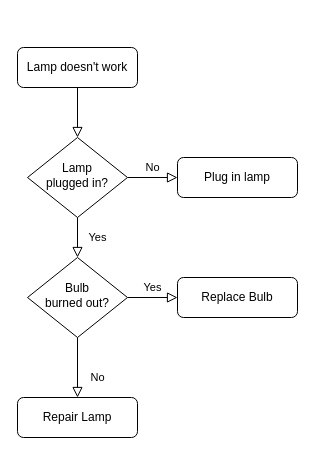
Above: Untitled Diagram.drawio in mohamed96321/draw-io (draw.io), before the change. Source tidied: cells renumbered, new cells numbered last; positions are measured from the earlier drawing's top-left corner, leaving out a move shared by most shapes. Both pictures are drawn from the tidied source at 100%, with x=0, y=0 at pixel (17, 47).
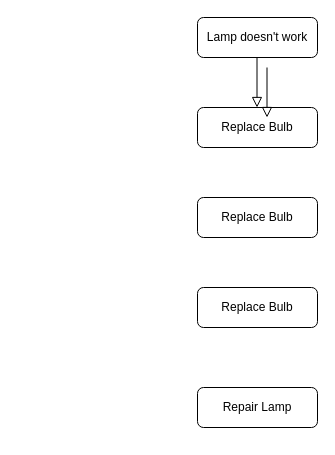
The same diagram, later.

Diff of the diagram source:
```diff
@@
 <mxGraphModel>
   <root>
     <mxCell id="0" />
     <mxCell id="1" parent="0" />
-    <mxCell id="2" style="rounded=0;html=1;jettySize=auto;fontSize=11;endArrow=block;endFill=0;endSize=8;strokeWidth=1;shadow=0;labelBackgroundColor=none;edgeStyle=orthogonalEdgeStyle;" parent="1" edge="1" source="3" target="6">
-      <mxGeometry relative="1" as="geometry" />
-    </mxCell>
     <mxCell id="3" value="Lamp doesn't work" style="rounded=1;whiteSpace=wrap;html=1;fontSize=12;glass=0;strokeWidth=1;shadow=0;" parent="1" vertex="1">
-      <mxGeometry width="120" height="40" as="geometry" />
+      <mxGeometry x="180" y="-30" width="120" height="40" as="geometry" />
     </mxCell>
-    <mxCell id="4" value="Yes" style="rounded=0;html=1;jettySize=auto;fontSize=11;endArrow=block;endFill=0;endSize=8;strokeWidth=1;shadow=0;labelBackgroundColor=none;edgeStyle=orthogonalEdgeStyle;" parent="1" edge="1" source="6" target="10">
-      <mxGeometry y="20" relative="1" as="geometry" />
-    </mxCell>
-    <mxCell id="5" value="No" style="edgeStyle=orthogonalEdgeStyle;rounded=0;html=1;jettySize=auto;fontSize=11;endArrow=block;endFill=0;endSize=8;strokeWidth=1;shadow=0;labelBackgroundColor=none;" parent="1" edge="1" source="6" target="7">
-      <mxGeometry y="10" relative="1" as="geometry" />
-    </mxCell>
-    <mxCell id="6" value="Lamp&lt;br&gt;plugged in?" style="rhombus;whiteSpace=wrap;html=1;shadow=0;fontFamily=Helvetica;fontSize=12;align=center;strokeWidth=1;spacing=6;spacingTop=-4;" parent="1" vertex="1">
-      <mxGeometry x="10" y="90" width="100" height="80" as="geometry" />
-    </mxCell>
-    <mxCell id="7" value="Plug in lamp" style="rounded=1;whiteSpace=wrap;html=1;fontSize=12;glass=0;strokeWidth=1;shadow=0;" parent="1" vertex="1">
-      <mxGeometry x="160" y="110" width="120" height="40" as="geometry" />
-    </mxCell>
-    <mxCell id="8" value="No" style="rounded=0;html=1;jettySize=auto;fontSize=11;endArrow=block;endFill=0;endSize=8;strokeWidth=1;shadow=0;labelBackgroundColor=none;edgeStyle=orthogonalEdgeStyle;" parent="1" edge="1" source="10" target="11">
-      <mxGeometry x="0.33" y="20" relative="1" as="geometry" />
-    </mxCell>
-    <mxCell id="9" value="Yes" style="edgeStyle=orthogonalEdgeStyle;rounded=0;html=1;jettySize=auto;fontSize=11;endArrow=block;endFill=0;endSize=8;strokeWidth=1;shadow=0;labelBackgroundColor=none;" parent="1" edge="1" source="10" target="12">
-      <mxGeometry y="10" relative="1" as="geometry" />
-    </mxCell>
-    <mxCell id="10" value="Bulb&lt;br&gt;burned out?" style="rhombus;whiteSpace=wrap;html=1;shadow=0;fontFamily=Helvetica;fontSize=12;align=center;strokeWidth=1;spacing=6;spacingTop=-4;" parent="1" vertex="1">
-      <mxGeometry x="10" y="210" width="100" height="80" as="geometry" />
-    </mxCell>
     <mxCell id="11" value="Repair Lamp" style="rounded=1;whiteSpace=wrap;html=1;fontSize=12;glass=0;strokeWidth=1;shadow=0;" parent="1" vertex="1">
-      <mxGeometry y="350" width="120" height="40" as="geometry" />
+      <mxGeometry x="180" y="340" width="120" height="40" as="geometry" />
     </mxCell>
     <mxCell id="12" value="Replace Bulb" style="rounded=1;whiteSpace=wrap;html=1;fontSize=12;glass=0;strokeWidth=1;shadow=0;" parent="1" vertex="1">
-      <mxGeometry x="160" y="230" width="120" height="40" as="geometry" />
+      <mxGeometry x="180" y="150" width="120" height="40" as="geometry" />
     </mxCell>
+    <mxCell id="13" value="Replace Bulb" style="rounded=1;whiteSpace=wrap;html=1;fontSize=12;glass=0;strokeWidth=1;shadow=0;" parent="1" vertex="1">
+      <mxGeometry x="180" y="60" width="120" height="40" as="geometry" />
+    </mxCell>
+    <mxCell id="14" style="rounded=0;html=1;jettySize=auto;orthogonalLoop=1;fontSize=11;endArrow=block;endFill=0;endSize=8;strokeWidth=1;shadow=0;labelBackgroundColor=none;edgeStyle=orthogonalEdgeStyle;" parent="1" edge="1">
+      <mxGeometry relative="1" as="geometry">
+        <mxPoint x="239.5" y="10" as="sourcePoint" />
+        <mxPoint x="239.5" y="60" as="targetPoint" />
+      </mxGeometry>
+    </mxCell>
+    <mxCell id="15" value="Replace Bulb" style="rounded=1;whiteSpace=wrap;html=1;fontSize=12;glass=0;strokeWidth=1;shadow=0;" parent="1" vertex="1">
+      <mxGeometry x="180" y="240" width="120" height="40" as="geometry" />
+    </mxCell>
+    <mxCell id="16" style="rounded=0;html=1;jettySize=auto;orthogonalLoop=1;fontSize=11;endArrow=block;endFill=0;endSize=8;strokeWidth=1;shadow=0;labelBackgroundColor=none;edgeStyle=orthogonalEdgeStyle;" parent="1" edge="1">
+      <mxGeometry relative="1" as="geometry">
+        <mxPoint x="249.5" y="20" as="sourcePoint" />
+        <mxPoint x="249.5" y="70" as="targetPoint" />
+      </mxGeometry>
+    </mxCell>
   </root>
 </mxGraphModel>
```
